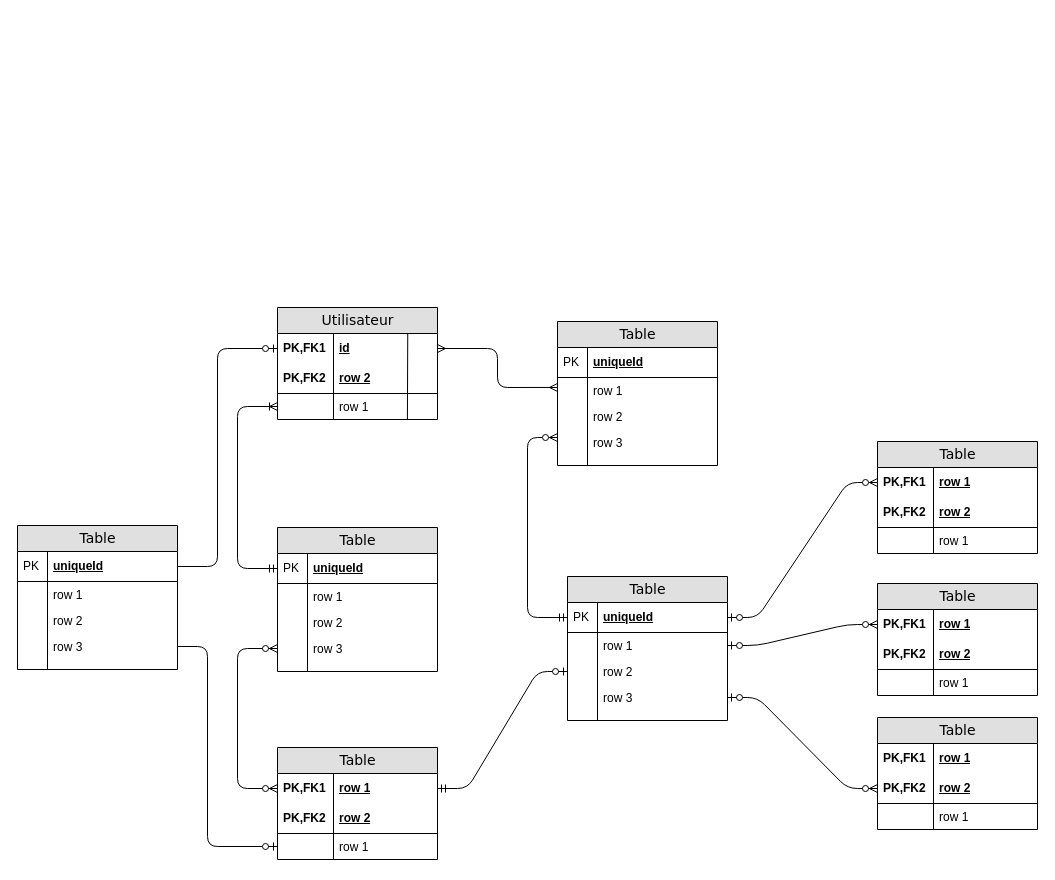
The draw.io diagram Diagramme sans nom.drawio in Steony/BeautyBookerApp, before the edit. Source tidied: cells renumbered, new cells numbered last; positions are measured from the earlier drawing's top-left corner, leaving out a move shared by most shapes. Both pictures are drawn from the tidied source at 100%, with x=0, y=0 at pixel (17, 307).
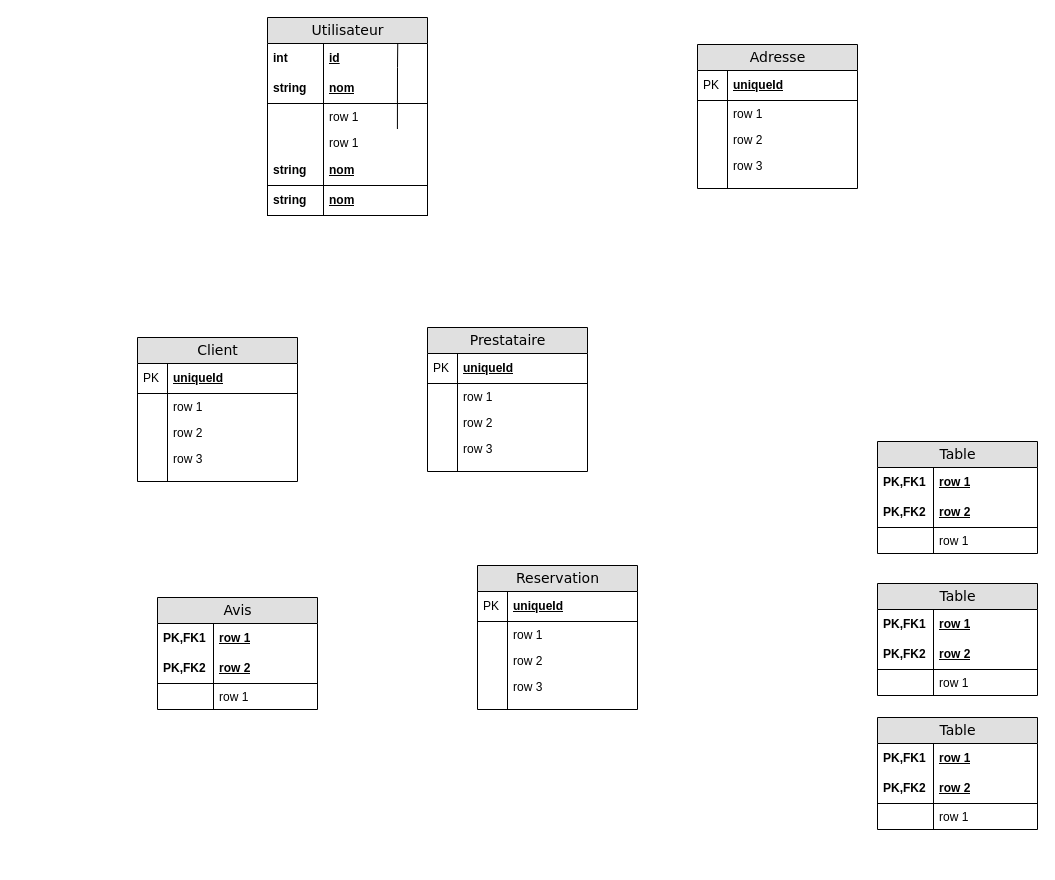
The same diagram, later.

Commit message:
Mettre à jour Diagramme sans nom.drawio

The change refers to these unchanged cells:
```xml
<mxCell id="3" value="id" style="shape=partialRectangle;top=0;left=0;right=0;bottom=0;html=1;align=left;verticalAlign=middle;fillColor=none;spacingLeft=60;spacingRight=4;whiteSpace=wrap;overflow=hidden;points=[[0,0.5],[1,0.5]];portConstraint=eastwest;fontStyle=5;" parent="2" vertex="1">
  <mxGeometry y="26" width="160" height="30" as="geometry" />
</mxCell>
<mxCell id="8" value="row 1" style="shape=partialRectangle;top=0;left=0;right=0;bottom=0;html=1;align=left;verticalAlign=top;fillColor=none;spacingLeft=60;spacingRight=4;whiteSpace=wrap;overflow=hidden;points=[[0,0.5],[1,0.5]];portConstraint=eastwest;" parent="2" vertex="1">
  <mxGeometry y="86" width="160" height="26" as="geometry" />
</mxCell>
<mxCell id="13" value="row 1" style="shape=partialRectangle;top=0;left=0;right=0;bottom=0;html=1;align=left;verticalAlign=top;fillColor=none;spacingLeft=34;spacingRight=4;whiteSpace=wrap;overflow=hidden;points=[[0,0.5],[1,0.5]];portConstraint=eastwest;" parent="10" vertex="1">
  <mxGeometry y="56" width="160" height="26" as="geometry" />
</mxCell>
<mxCell id="17" value="row 3" style="shape=partialRectangle;top=0;left=0;right=0;bottom=0;html=1;align=left;verticalAlign=top;fillColor=none;spacingLeft=34;spacingRight=4;whiteSpace=wrap;overflow=hidden;points=[[0,0.5],[1,0.5]];portConstraint=eastwest;" parent="10" vertex="1">
  <mxGeometry y="108" width="160" height="26" as="geometry" />
</mxCell>
<mxCell id="22" value="uniqueId" style="shape=partialRectangle;top=0;left=0;right=0;bottom=1;html=1;align=left;verticalAlign=middle;fillColor=none;spacingLeft=34;spacingRight=4;whiteSpace=wrap;overflow=hidden;points=[[0,0.5],[1,0.5]];portConstraint=eastwest;fontStyle=5;" parent="21" vertex="1">
  <mxGeometry y="26" width="160" height="30" as="geometry" />
</mxCell>
<mxCell id="28" value="row 3" style="shape=partialRectangle;top=0;left=0;right=0;bottom=0;html=1;align=left;verticalAlign=top;fillColor=none;spacingLeft=34;spacingRight=4;whiteSpace=wrap;overflow=hidden;points=[[0,0.5],[1,0.5]];portConstraint=eastwest;" parent="21" vertex="1">
  <mxGeometry y="108" width="160" height="26" as="geometry" />
</mxCell>
<mxCell id="33" value="uniqueId" style="shape=partialRectangle;top=0;left=0;right=0;bottom=1;html=1;align=left;verticalAlign=middle;fillColor=none;spacingLeft=34;spacingRight=4;whiteSpace=wrap;overflow=hidden;points=[[0,0.5],[1,0.5]];portConstraint=eastwest;fontStyle=5;" parent="32" vertex="1">
  <mxGeometry y="26" width="160" height="30" as="geometry" />
</mxCell>
<mxCell id="35" value="row 1" style="shape=partialRectangle;top=0;left=0;right=0;bottom=0;html=1;align=left;verticalAlign=top;fillColor=none;spacingLeft=34;spacingRight=4;whiteSpace=wrap;overflow=hidden;points=[[0,0.5],[1,0.5]];portConstraint=eastwest;" parent="32" vertex="1">
  <mxGeometry y="56" width="160" height="26" as="geometry" />
</mxCell>
<mxCell id="37" value="row 2" style="shape=partialRectangle;top=0;left=0;right=0;bottom=0;html=1;align=left;verticalAlign=top;fillColor=none;spacingLeft=34;spacingRight=4;whiteSpace=wrap;overflow=hidden;points=[[0,0.5],[1,0.5]];portConstraint=eastwest;" parent="32" vertex="1">
  <mxGeometry y="82" width="160" height="26" as="geometry" />
</mxCell>
<mxCell id="39" value="row 3" style="shape=partialRectangle;top=0;left=0;right=0;bottom=0;html=1;align=left;verticalAlign=top;fillColor=none;spacingLeft=34;spacingRight=4;whiteSpace=wrap;overflow=hidden;points=[[0,0.5],[1,0.5]];portConstraint=eastwest;" parent="32" vertex="1">
  <mxGeometry y="108" width="160" height="26" as="geometry" />
</mxCell>
<mxCell id="44" value="row 1" style="shape=partialRectangle;top=0;left=0;right=0;bottom=0;html=1;align=left;verticalAlign=middle;fillColor=none;spacingLeft=60;spacingRight=4;whiteSpace=wrap;overflow=hidden;points=[[0,0.5],[1,0.5]];portConstraint=eastwest;fontStyle=5;" parent="43" vertex="1">
  <mxGeometry y="26" width="160" height="30" as="geometry" />
</mxCell>
<mxCell id="51" value="row 1" style="shape=partialRectangle;top=0;left=0;right=0;bottom=0;html=1;align=left;verticalAlign=middle;fillColor=none;spacingLeft=60;spacingRight=4;whiteSpace=wrap;overflow=hidden;points=[[0,0.5],[1,0.5]];portConstraint=eastwest;fontStyle=5;" parent="50" vertex="1">
  <mxGeometry y="26" width="160" height="30" as="geometry" />
</mxCell>
<mxCell id="55" value="row 1" style="shape=partialRectangle;top=0;left=0;right=0;bottom=0;html=1;align=left;verticalAlign=top;fillColor=none;spacingLeft=60;spacingRight=4;whiteSpace=wrap;overflow=hidden;points=[[0,0.5],[1,0.5]];portConstraint=eastwest;" parent="50" vertex="1">
  <mxGeometry y="86" width="160" height="26" as="geometry" />
</mxCell>
<mxCell id="64" value="row 1" style="shape=partialRectangle;top=0;left=0;right=0;bottom=0;html=1;align=left;verticalAlign=middle;fillColor=none;spacingLeft=60;spacingRight=4;whiteSpace=wrap;overflow=hidden;points=[[0,0.5],[1,0.5]];portConstraint=eastwest;fontStyle=5;" parent="63" vertex="1">
  <mxGeometry y="26" width="160" height="30" as="geometry" />
</mxCell>
<mxCell id="73" value="row 2" style="shape=partialRectangle;top=0;left=0;right=0;bottom=1;html=1;align=left;verticalAlign=middle;fillColor=none;spacingLeft=60;spacingRight=4;whiteSpace=wrap;overflow=hidden;points=[[0,0.5],[1,0.5]];portConstraint=eastwest;fontStyle=5;" parent="70" vertex="1">
  <mxGeometry y="56" width="160" height="30" as="geometry" />
</mxCell>
<mxCell id="80" value="uniqueId" style="shape=partialRectangle;top=0;left=0;right=0;bottom=1;html=1;align=left;verticalAlign=middle;fillColor=none;spacingLeft=34;spacingRight=4;whiteSpace=wrap;overflow=hidden;points=[[0,0.5],[1,0.5]];portConstraint=eastwest;fontStyle=5;" parent="79" vertex="1">
  <mxGeometry y="26" width="160" height="30" as="geometry" />
</mxCell>
<mxCell id="86" value="row 3" style="shape=partialRectangle;top=0;left=0;right=0;bottom=0;html=1;align=left;verticalAlign=top;fillColor=none;spacingLeft=34;spacingRight=4;whiteSpace=wrap;overflow=hidden;points=[[0,0.5],[1,0.5]];portConstraint=eastwest;" parent="79" vertex="1">
  <mxGeometry y="108" width="160" height="26" as="geometry" />
</mxCell>
```

What changed in the source:
```diff
@@
     <mxCell id="2" value="Utilisateur" style="swimlane;html=1;fontStyle=0;horizontal=1;startSize=26;fillColor=#e0e0e0;swimlaneFillColor=#ffffff;align=center;rounded=0;shadow=0;comic=0;labelBackgroundColor=none;strokeWidth=1;fontFamily=Verdana;fontSize=14;" parent="1" vertex="1">
-      <mxGeometry x="260" width="160" height="112" as="geometry" />
+      <mxGeometry x="250" y="-290" width="160" height="198" as="geometry" />
     </mxCell>
@@
-    <mxCell id="4" value="PK,FK1" style="shape=partialRectangle;fontStyle=1;top=0;left=0;bottom=0;html=1;fillColor=none;align=left;verticalAlign=middle;spacingLeft=4;spacingRight=4;whiteSpace=wrap;overflow=hidden;" parent="3" vertex="1">
+    <mxCell id="4" value="int" style="shape=partialRectangle;fontStyle=1;top=0;left=0;bottom=0;html=1;fillColor=none;align=left;verticalAlign=middle;spacingLeft=4;spacingRight=4;whiteSpace=wrap;overflow=hidden;" parent="3" vertex="1">
       <mxGeometry width="56" height="30" as="geometry" />
     </mxCell>
     <mxCell id="5" style="endArrow=none;html=1;rounded=0;entryX=0.814;entryY=0.01;entryDx=0;entryDy=0;entryPerimeter=0;exitX=0.812;exitY=0.982;exitDx=0;exitDy=0;exitPerimeter=0;" parent="2" edge="1" source="8" target="3">
-      <mxGeometry relative="1" as="geometry" />
+      <mxGeometry relative="1" as="geometry">
+        <Array as="points">
+          <mxPoint x="130" y="50" />
+        </Array>
+      </mxGeometry>
     </mxCell>
-    <mxCell id="6" value="row 2" style="shape=partialRectangle;top=0;left=0;right=0;bottom=1;html=1;align=left;verticalAlign=middle;fillColor=none;spacingLeft=60;spacingRight=4;whiteSpace=wrap;overflow=hidden;fontStyle=5;" parent="2" vertex="1">
+    <mxCell id="6" value="nom" style="shape=partialRectangle;top=0;left=0;right=0;bottom=1;html=1;align=left;verticalAlign=middle;fillColor=none;spacingLeft=60;spacingRight=4;whiteSpace=wrap;overflow=hidden;fontStyle=5;" parent="2" vertex="1">
       <mxGeometry y="56" width="160" height="30" as="geometry" />
     </mxCell>
-    <mxCell id="7" value="PK,FK2" style="shape=partialRectangle;fontStyle=1;top=0;left=0;bottom=0;html=1;fillColor=none;align=left;verticalAlign=middle;spacingLeft=4;spacingRight=4;whiteSpace=wrap;overflow=hidden;" parent="6" vertex="1">
+    <mxCell id="7" value="string" style="shape=partialRectangle;fontStyle=1;top=0;left=0;bottom=0;html=1;fillColor=none;align=left;verticalAlign=middle;spacingLeft=4;spacingRight=4;whiteSpace=wrap;overflow=hidden;" parent="6" vertex="1">
       <mxGeometry width="56" height="30" as="geometry" />
     </mxCell>
@@
+    <mxCell id="92" value="row 1" style="shape=partialRectangle;top=0;left=0;right=0;bottom=0;html=1;align=left;verticalAlign=top;fillColor=none;spacingLeft=60;spacingRight=4;whiteSpace=wrap;overflow=hidden;" parent="2" vertex="1">
+      <mxGeometry y="112" width="160" height="26" as="geometry" />
+    </mxCell>
+    <mxCell id="93" style="shape=partialRectangle;top=0;left=0;bottom=0;html=1;fillColor=none;align=left;verticalAlign=top;spacingLeft=4;spacingRight=4;whiteSpace=wrap;overflow=hidden;" parent="92" vertex="1">
+      <mxGeometry width="56" height="26" as="geometry" />
+    </mxCell>
+    <mxCell id="94" value="nom" style="shape=partialRectangle;top=0;left=0;right=0;bottom=1;html=1;align=left;verticalAlign=middle;fillColor=none;spacingLeft=60;spacingRight=4;whiteSpace=wrap;overflow=hidden;fontStyle=5;" parent="2" vertex="1">
+      <mxGeometry y="138" width="160" height="30" as="geometry" />
+    </mxCell>
+    <mxCell id="95" value="string" style="shape=partialRectangle;fontStyle=1;top=0;left=0;bottom=0;html=1;fillColor=none;align=left;verticalAlign=middle;spacingLeft=4;spacingRight=4;whiteSpace=wrap;overflow=hidden;" parent="94" vertex="1">
+      <mxGeometry width="56" height="30" as="geometry" />
+    </mxCell>
+    <mxCell id="96" value="nom" style="shape=partialRectangle;top=0;left=0;right=0;bottom=1;html=1;align=left;verticalAlign=middle;fillColor=none;spacingLeft=60;spacingRight=4;whiteSpace=wrap;overflow=hidden;fontStyle=5;" parent="2" vertex="1">
+      <mxGeometry y="168" width="160" height="30" as="geometry" />
+    </mxCell>
+    <mxCell id="97" value="string" style="shape=partialRectangle;fontStyle=1;top=0;left=0;bottom=0;html=1;fillColor=none;align=left;verticalAlign=middle;spacingLeft=4;spacingRight=4;whiteSpace=wrap;overflow=hidden;" parent="96" vertex="1">
+      <mxGeometry width="56" height="30" as="geometry" />
+    </mxCell>
-    <mxCell id="10" value="Table" style="swimlane;html=1;fontStyle=0;horizontal=1;startSize=26;fillColor=#e0e0e0;swimlaneFillColor=#ffffff;align=center;rounded=0;shadow=0;comic=0;labelBackgroundColor=none;strokeWidth=1;fontFamily=Verdana;fontSize=14;swimlaneLine=1;" parent="1" vertex="1">
-      <mxGeometry x="540" y="14" width="160" height="144" as="geometry" />
+    <mxCell id="10" value="Adresse" style="swimlane;html=1;fontStyle=0;horizontal=1;startSize=26;fillColor=#e0e0e0;swimlaneFillColor=#ffffff;align=center;rounded=0;shadow=0;comic=0;labelBackgroundColor=none;strokeWidth=1;fontFamily=Verdana;fontSize=14;swimlaneLine=1;" parent="1" vertex="1">
+      <mxGeometry x="680" y="-263" width="160" height="144" as="geometry" />
     </mxCell>
@@
-    <mxCell id="21" value="Table" style="swimlane;html=1;fontStyle=0;horizontal=1;startSize=26;fillColor=#e0e0e0;swimlaneFillColor=#ffffff;align=center;rounded=0;shadow=0;comic=0;labelBackgroundColor=none;strokeWidth=1;fontFamily=Verdana;fontSize=14;" parent="1" vertex="1">
-      <mxGeometry x="260" y="220" width="160" height="144" as="geometry" />
+    <mxCell id="21" value="Client" style="swimlane;html=1;fontStyle=0;horizontal=1;startSize=26;fillColor=#e0e0e0;swimlaneFillColor=#ffffff;align=center;rounded=0;shadow=0;comic=0;labelBackgroundColor=none;strokeWidth=1;fontFamily=Verdana;fontSize=14;" parent="1" vertex="1">
+      <mxGeometry x="120" y="30" width="160" height="144" as="geometry" />
     </mxCell>
@@
-    <mxCell id="32" value="Table" style="swimlane;html=1;fontStyle=0;horizontal=1;startSize=26;fillColor=#e0e0e0;swimlaneFillColor=#ffffff;align=center;rounded=0;shadow=0;comic=0;labelBackgroundColor=none;strokeWidth=1;fontFamily=Verdana;fontSize=14;" parent="1" vertex="1">
-      <mxGeometry x="550" y="269" width="160" height="144" as="geometry" />
+    <mxCell id="32" value="Reservation" style="swimlane;html=1;fontStyle=0;horizontal=1;startSize=26;fillColor=#e0e0e0;swimlaneFillColor=#ffffff;align=center;rounded=0;shadow=0;comic=0;labelBackgroundColor=none;strokeWidth=1;fontFamily=Verdana;fontSize=14;" parent="1" vertex="1">
+      <mxGeometry x="460" y="258" width="160" height="144" as="geometry" />
     </mxCell>
@@
-    <mxCell id="50" value="Table" style="swimlane;html=1;fontStyle=0;horizontal=1;startSize=26;fillColor=#e0e0e0;swimlaneFillColor=#ffffff;align=center;rounded=0;shadow=0;comic=0;labelBackgroundColor=none;strokeWidth=1;fontFamily=Verdana;fontSize=14;" parent="1" vertex="1">
-      <mxGeometry x="260" y="440" width="160" height="112" as="geometry" />
+    <mxCell id="50" value="Avis" style="swimlane;html=1;fontStyle=0;horizontal=1;startSize=26;fillColor=#e0e0e0;swimlaneFillColor=#ffffff;align=center;rounded=0;shadow=0;comic=0;labelBackgroundColor=none;strokeWidth=1;fontFamily=Verdana;fontSize=14;" parent="1" vertex="1">
+      <mxGeometry x="140" y="290" width="160" height="112" as="geometry" />
     </mxCell>
@@
-    <mxCell id="57" style="edgeStyle=orthogonalEdgeStyle;html=1;endArrow=ERoneToMany;startArrow=ERmandOne;labelBackgroundColor=none;fontFamily=Verdana;fontSize=14;entryX=0;entryY=0.5;exitX=0;exitY=0.5;" parent="1" edge="1" source="22" target="8">
-      <mxGeometry relative="1" as="geometry">
-        <Array as="points">
-          <mxPoint x="220" y="261" />
-          <mxPoint x="220" y="99" />
-        </Array>
-      </mxGeometry>
-    </mxCell>
-    <mxCell id="58" style="edgeStyle=orthogonalEdgeStyle;html=1;endArrow=ERzeroToMany;endFill=1;startArrow=ERzeroToMany;labelBackgroundColor=none;fontFamily=Verdana;fontSize=14;entryX=0;entryY=0.5;exitX=0;exitY=0.5;" parent="1" edge="1" source="51" target="28">
-      <mxGeometry relative="1" as="geometry">
-        <Array as="points">
-          <mxPoint x="220" y="481" />
-          <mxPoint x="220" y="341" />
-        </Array>
-      </mxGeometry>
-    </mxCell>
-    <mxCell id="59" style="edgeStyle=orthogonalEdgeStyle;html=1;endArrow=ERmany;startArrow=ERmany;labelBackgroundColor=none;fontFamily=Verdana;fontSize=14;entryX=1;entryY=0.5;exitX=0;exitY=0.383;exitPerimeter=0;" parent="1" edge="1" source="13" target="3">
-      <mxGeometry relative="1" as="geometry">
-        <Array as="points">
-          <mxPoint x="480" y="80" />
-          <mxPoint x="480" y="41" />
-        </Array>
-      </mxGeometry>
-    </mxCell>
-    <mxCell id="60" style="edgeStyle=orthogonalEdgeStyle;html=1;endArrow=ERzeroToMany;startArrow=ERmandOne;labelBackgroundColor=none;fontFamily=Verdana;fontSize=14;entryX=0;entryY=0.308;entryPerimeter=0;exitX=0;exitY=0.5;" parent="1" edge="1" source="33" target="17">
-      <mxGeometry relative="1" as="geometry">
-        <Array as="points">
-          <mxPoint x="510" y="310" />
-          <mxPoint x="510" y="130" />
-        </Array>
-      </mxGeometry>
-    </mxCell>
-    <mxCell id="61" style="edgeStyle=entityRelationEdgeStyle;html=1;endArrow=ERzeroToOne;startArrow=ERmandOne;labelBackgroundColor=none;fontFamily=Verdana;fontSize=14;exitX=1;exitY=0.5;entryX=0;entryY=0.5;" parent="1" edge="1" source="51" target="37">
-      <mxGeometry relative="1" as="geometry" />
-    </mxCell>
-    <mxCell id="62" style="edgeStyle=entityRelationEdgeStyle;html=1;endArrow=ERzeroToMany;startArrow=ERzeroToOne;labelBackgroundColor=none;fontFamily=Verdana;fontSize=14;entryX=0;entryY=0.5;exitX=1;exitY=0.5;" parent="1" edge="1" source="33" target="44">
-      <mxGeometry relative="1" as="geometry" />
-    </mxCell>
@@
-    <mxCell id="77" style="edgeStyle=entityRelationEdgeStyle;html=1;endArrow=ERzeroToMany;startArrow=ERzeroToOne;labelBackgroundColor=none;fontFamily=Verdana;fontSize=14;entryX=0;entryY=0.5;exitX=1;exitY=0.5;" parent="1" edge="1" source="35" target="64">
-      <mxGeometry relative="1" as="geometry" />
-    </mxCell>
-    <mxCell id="78" style="edgeStyle=entityRelationEdgeStyle;html=1;endArrow=ERzeroToMany;startArrow=ERzeroToOne;labelBackgroundColor=none;fontFamily=Verdana;fontSize=14;entryX=0;entryY=0.5;exitX=1;exitY=0.5;" parent="1" edge="1" source="39" target="73">
-      <mxGeometry relative="1" as="geometry" />
-    </mxCell>
-    <mxCell id="79" value="Table" style="swimlane;html=1;fontStyle=0;horizontal=1;startSize=26;fillColor=#e0e0e0;swimlaneFillColor=#ffffff;align=center;rounded=0;shadow=0;comic=0;labelBackgroundColor=none;strokeWidth=1;fontFamily=Verdana;fontSize=14;" parent="1" vertex="1">
-      <mxGeometry y="218" width="160" height="144" as="geometry" />
+    <mxCell id="79" value="Prestataire" style="swimlane;html=1;fontStyle=0;horizontal=1;startSize=26;fillColor=#e0e0e0;swimlaneFillColor=#ffffff;align=center;rounded=0;shadow=0;comic=0;labelBackgroundColor=none;strokeWidth=1;fontFamily=Verdana;fontSize=14;" parent="1" vertex="1">
+      <mxGeometry x="410" y="20" width="160" height="144" as="geometry" />
     </mxCell>
@@
-    <mxCell id="90" style="edgeStyle=orthogonalEdgeStyle;html=1;endArrow=ERzeroToOne;endFill=1;labelBackgroundColor=none;fontFamily=Verdana;fontSize=14;entryX=0;entryY=0.5;exitX=1;exitY=0.5;" parent="1" edge="1" source="80" target="3">
-      <mxGeometry relative="1" as="geometry">
-        <Array as="points">
-          <mxPoint x="200" y="259" />
-          <mxPoint x="200" y="41" />
-        </Array>
-      </mxGeometry>
-    </mxCell>
-    <mxCell id="91" style="edgeStyle=orthogonalEdgeStyle;html=1;endArrow=ERzeroToOne;endFill=1;labelBackgroundColor=none;fontFamily=Verdana;fontSize=14;entryX=0;entryY=0.5;exitX=1;exitY=0.5;" parent="1" edge="1" source="86" target="55">
-      <mxGeometry relative="1" as="geometry">
-        <Array as="points">
-          <mxPoint x="190" y="339" />
-          <mxPoint x="190" y="539" />
-        </Array>
-      </mxGeometry>
-    </mxCell>
```
